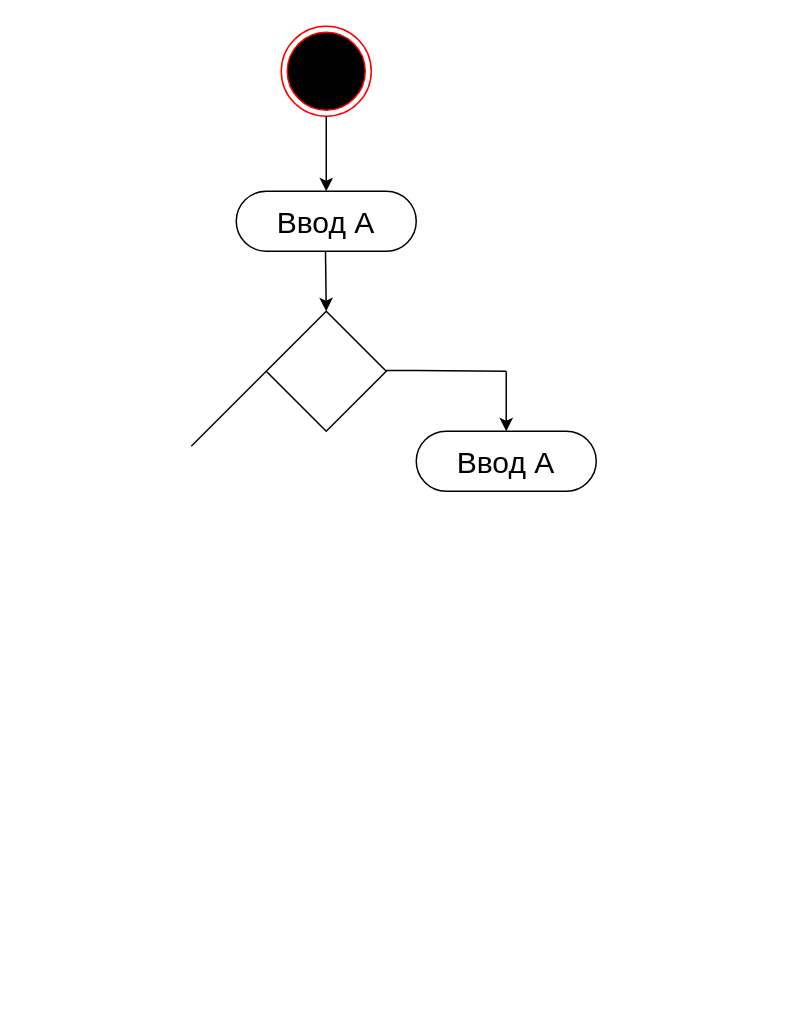
Above: Diagram1.drawio in dibovdmitry/laba6 (draw.io), before the change. Source tidied: cells renumbered, new cells numbered last; positions are measured from the earlier drawing's top-left corner, leaving out a move shared by most shapes. Both pictures are drawn from the tidied source at 150%, with x=0, y=0 at pixel (190, 26).
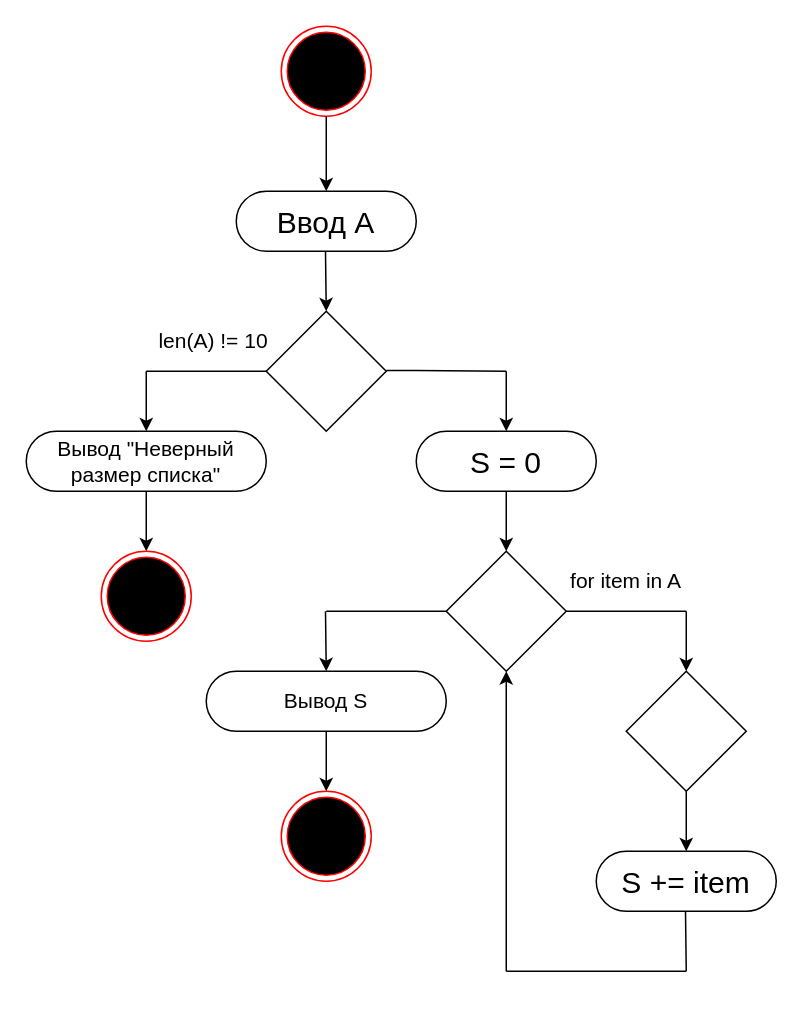
The same diagram, later.

The edit, as a diff of the source:
```diff
@@
-    <mxCell id="9" value="Ввод A" style="rounded=1;whiteSpace=wrap;html=1;arcSize=50;fontSize=20;" parent="1" vertex="1">
+    <mxCell id="9" value="S = 0" style="rounded=1;whiteSpace=wrap;html=1;arcSize=50;fontSize=20;" parent="1" vertex="1">
       <mxGeometry x="150" y="270" width="120" height="40" as="geometry" />
     </mxCell>
     <mxCell id="10" style="endArrow=none;html=1;fontSize=20;" parent="1" edge="1">
       <mxGeometry relative="1" as="geometry">
-        <mxPoint y="280" as="sourcePoint" />
+        <mxPoint x="-30" y="230" as="sourcePoint" />
         <mxPoint x="50" y="230" as="targetPoint" />
       </mxGeometry>
     </mxCell>
+    <mxCell id="11" style="endArrow=classic;html=1;fontSize=20;" parent="1" edge="1">
+      <mxGeometry relative="1" as="geometry">
+        <mxPoint x="-30" y="230" as="sourcePoint" />
+        <mxPoint x="-30" y="270" as="targetPoint" />
+      </mxGeometry>
+    </mxCell>
+    <mxCell id="12" value="Вывод &quot;Неверный размер списка&quot;" style="rounded=1;whiteSpace=wrap;html=1;arcSize=50;fontSize=14;" parent="1" vertex="1">
+      <mxGeometry x="-110" y="270" width="160" height="40" as="geometry" />
+    </mxCell>
+    <mxCell id="13" style="endArrow=classic;html=1;fontSize=14;" parent="1" edge="1">
+      <mxGeometry relative="1" as="geometry">
+        <mxPoint x="-30" y="310" as="sourcePoint" />
+        <mxPoint x="-30" y="350" as="targetPoint" />
+      </mxGeometry>
+    </mxCell>
+    <mxCell id="14" style="ellipse;html=1;shape=endState;fillColor=#000000;strokeColor=#ff0000;" parent="1" vertex="1">
+      <mxGeometry x="-60" y="350" width="60" height="60" as="geometry" />
+    </mxCell>
+    <mxCell id="15" style="endArrow=classic;html=1;fontSize=14;" parent="1" edge="1">
+      <mxGeometry relative="1" as="geometry">
+        <mxPoint x="210" y="310" as="sourcePoint" />
+        <mxPoint x="210" y="350" as="targetPoint" />
+      </mxGeometry>
+    </mxCell>
+    <mxCell id="16" style="rhombus;whiteSpace=wrap;html=1;fontSize=20;strokeColor=#000000;" parent="1" vertex="1">
+      <mxGeometry x="170" y="350" width="80" height="80" as="geometry" />
+    </mxCell>
+    <mxCell id="17" style="endArrow=none;html=1;fontSize=14;" parent="1" edge="1">
+      <mxGeometry relative="1" as="geometry">
+        <mxPoint x="90" y="390" as="sourcePoint" />
+        <mxPoint x="170" y="390" as="targetPoint" />
+      </mxGeometry>
+    </mxCell>
+    <mxCell id="18" style="endArrow=classic;html=1;fontSize=14;" parent="1" edge="1">
+      <mxGeometry relative="1" as="geometry">
+        <mxPoint x="89.5" y="390" as="sourcePoint" />
+        <mxPoint x="90" y="430" as="targetPoint" />
+      </mxGeometry>
+    </mxCell>
+    <mxCell id="19" value="Вывод S" style="rounded=1;whiteSpace=wrap;html=1;arcSize=50;fontSize=14;" parent="1" vertex="1">
+      <mxGeometry x="10" y="430" width="160" height="40" as="geometry" />
+    </mxCell>
+    <mxCell id="20" style="endArrow=classic;html=1;fontSize=14;" parent="1" edge="1">
+      <mxGeometry relative="1" as="geometry">
+        <mxPoint x="90" y="470" as="sourcePoint" />
+        <mxPoint x="90" y="510" as="targetPoint" />
+      </mxGeometry>
+    </mxCell>
+    <mxCell id="21" style="ellipse;html=1;shape=endState;fillColor=#000000;strokeColor=#ff0000;" parent="1" vertex="1">
+      <mxGeometry x="60" y="510" width="60" height="60" as="geometry" />
+    </mxCell>
+    <mxCell id="22" style="endArrow=classic;html=1;fontSize=14;" parent="1" edge="1">
+      <mxGeometry relative="1" as="geometry">
+        <mxPoint x="330" y="390" as="sourcePoint" />
+        <mxPoint x="330" y="430" as="targetPoint" />
+      </mxGeometry>
+    </mxCell>
+    <mxCell id="23" style="endArrow=none;html=1;fontSize=14;" parent="1" edge="1">
+      <mxGeometry relative="1" as="geometry">
+        <mxPoint x="250" y="390" as="sourcePoint" />
+        <mxPoint x="330" y="390" as="targetPoint" />
+      </mxGeometry>
+    </mxCell>
+    <mxCell id="24" style="edgeStyle=orthogonalEdgeStyle;rounded=0;jettySize=auto;html=1;fontSize=14;" parent="1" edge="1" source="25" target="26">
+      <mxGeometry relative="1" as="geometry" />
+    </mxCell>
+    <mxCell id="25" style="rhombus;whiteSpace=wrap;html=1;fontSize=20;strokeColor=#000000;" parent="1" vertex="1">
+      <mxGeometry x="290" y="430" width="80" height="80" as="geometry" />
+    </mxCell>
+    <mxCell id="26" value="S += item" style="rounded=1;whiteSpace=wrap;html=1;arcSize=50;fontSize=20;" parent="1" vertex="1">
+      <mxGeometry x="270" y="550" width="120" height="40" as="geometry" />
+    </mxCell>
+    <mxCell id="27" style="endArrow=none;html=1;fontSize=14;" parent="1" edge="1">
+      <mxGeometry relative="1" as="geometry">
+        <mxPoint x="330" y="630" as="sourcePoint" />
+        <mxPoint x="329.5" y="590" as="targetPoint" />
+      </mxGeometry>
+    </mxCell>
+    <mxCell id="28" style="endArrow=none;html=1;fontSize=14;" parent="1" edge="1">
+      <mxGeometry relative="1" as="geometry">
+        <mxPoint x="210" y="630" as="sourcePoint" />
+        <mxPoint x="330" y="630" as="targetPoint" />
+      </mxGeometry>
+    </mxCell>
+    <mxCell id="29" style="endArrow=classic;html=1;fontSize=14;entryX=0.5;entryY=1;entryDx=0;entryDy=0;" parent="1" edge="1" target="16">
+      <mxGeometry relative="1" as="geometry">
+        <mxPoint x="210" y="630" as="sourcePoint" />
+      </mxGeometry>
+    </mxCell>
+    <mxCell id="30" value="len(A) != 10" style="text;html=1;strokeColor=none;fillColor=none;align=center;verticalAlign=middle;whiteSpace=wrap;rounded=0;fontSize=14;" parent="1" vertex="1">
+      <mxGeometry x="-30" y="200" width="90" height="20" as="geometry" />
+    </mxCell>
+    <mxCell id="31" value="for item in A" style="text;html=1;strokeColor=none;fillColor=none;align=center;verticalAlign=middle;whiteSpace=wrap;rounded=0;fontSize=14;" parent="1" vertex="1">
+      <mxGeometry x="240" y="360" width="100" height="20" as="geometry" />
+    </mxCell>
```
